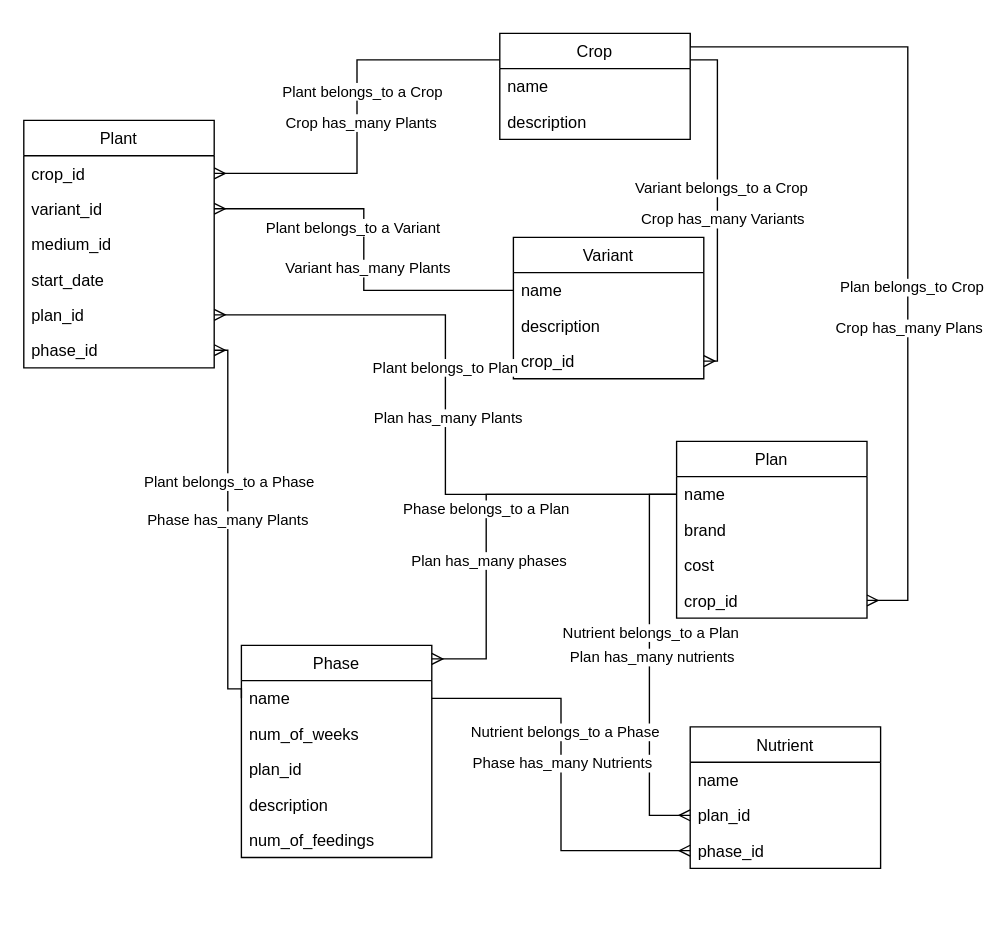
Above: ERD.drawio in RogueStateTechnologies/hydro (draw.io), before the change. Source tidied: cells renumbered, new cells numbered last; positions are measured from the earlier drawing's top-left corner, leaving out a move shared by most shapes. Both pictures are drawn from the tidied source at 136%, with x=0, y=0 at pixel (23, 33).
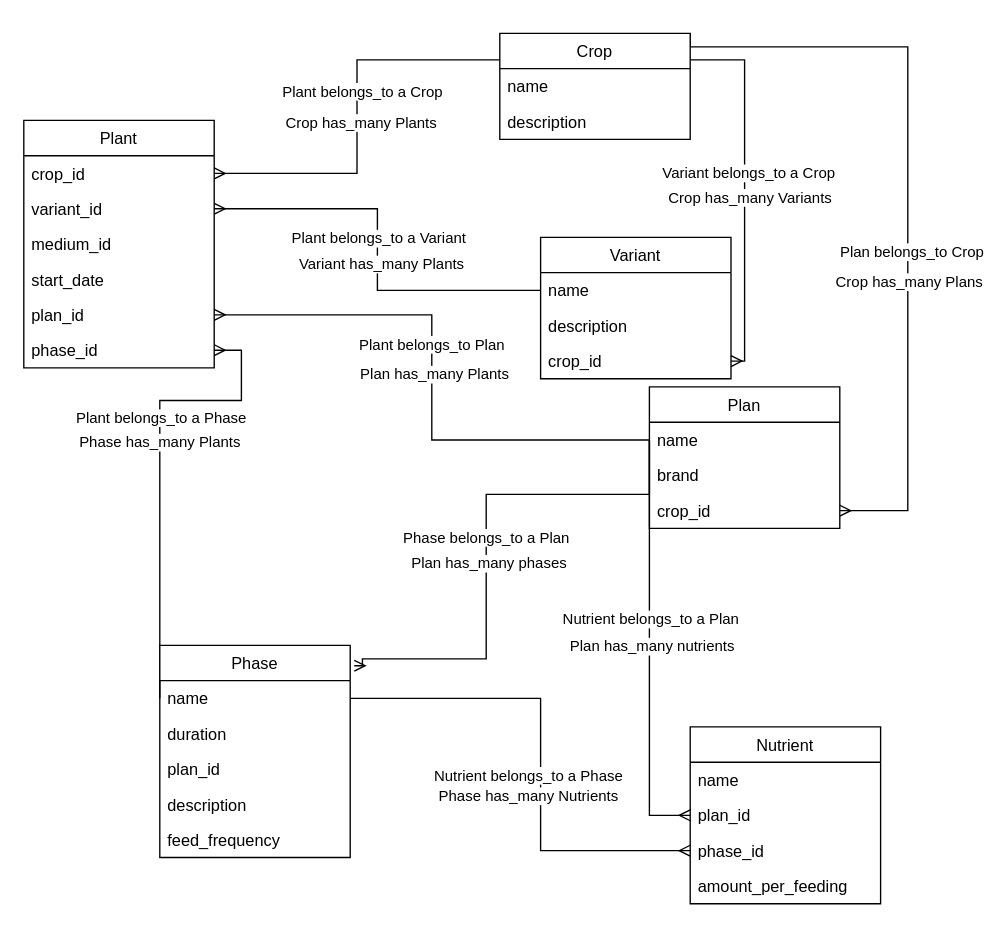
After the change.

The change refers to these unchanged cells:
```xml
<mxCell id="8" value="phase_id" style="text;strokeColor=none;fillColor=none;align=left;verticalAlign=top;spacingLeft=4;spacingRight=4;overflow=hidden;points=[[0,0.5],[1,0.5]];portConstraint=eastwest;" parent="2" vertex="1">
  <mxGeometry y="156" width="140" height="26" as="geometry" />
</mxCell>
<mxCell id="12" style="edgeStyle=orthogonalEdgeStyle;rounded=0;html=1;exitX=1;exitY=0.25;exitDx=0;exitDy=0;entryX=1;entryY=0.5;entryDx=0;entryDy=0;endArrow=ERmany;endFill=0;" parent="1" edge="1" source="18" target="24">
  <mxGeometry relative="1" as="geometry" />
</mxCell>
<mxCell id="18" value="Crop" style="swimlane;fontStyle=0;horizontal=1;startSize=26;" parent="1" vertex="1">
  <mxGeometry x="350" width="140" height="78" as="geometry" />
</mxCell>
<mxCell id="25" style="edgeStyle=orthogonalEdgeStyle;rounded=0;html=1;exitX=0;exitY=0.5;exitDx=0;exitDy=0;entryX=1;entryY=0.5;entryDx=0;entryDy=0;endArrow=ERmany;endFill=0;" parent="1" edge="1" source="22" target="4">
  <mxGeometry relative="1" as="geometry" />
</mxCell>
<mxCell id="29" value="name" style="text;strokeColor=none;fillColor=none;align=left;verticalAlign=top;spacingLeft=4;spacingRight=4;overflow=hidden;points=[[0,0.5],[1,0.5]];portConstraint=eastwest;" parent="28" vertex="1">
  <mxGeometry y="26" width="140" height="26" as="geometry" />
</mxCell>
<mxCell id="33" style="edgeStyle=orthogonalEdgeStyle;rounded=0;html=1;exitX=0;exitY=0.5;exitDx=0;exitDy=0;endArrow=ERmany;endFill=0;entryX=1;entryY=0.5;entryDx=0;entryDy=0;" parent="1" edge="1" source="29" target="7">
  <mxGeometry relative="1" as="geometry" />
</mxCell>
<mxCell id="40" value="name" style="text;strokeColor=none;fillColor=none;align=left;verticalAlign=top;spacingLeft=4;spacingRight=4;overflow=hidden;points=[[0,0.5],[1,0.5]];portConstraint=eastwest;" parent="39" vertex="1">
  <mxGeometry y="26" width="140" height="26" as="geometry" />
</mxCell>
<mxCell id="50" value="phase_id" style="text;strokeColor=none;fillColor=none;align=left;verticalAlign=top;spacingLeft=4;spacingRight=4;overflow=hidden;points=[[0,0.5],[1,0.5]];portConstraint=eastwest;" parent="47" vertex="1">
  <mxGeometry y="78" width="140" height="26" as="geometry" />
</mxCell>
```

Change to the diagram source:
```diff
@@
     <mxCell id="14" value="Crop has_many Variants" style="edgeLabel;html=1;align=center;verticalAlign=middle;" parent="12" vertex="1">
       <mxGeometry x="0.08" y="3" relative="1" as="geometry">
-        <mxPoint y="1" as="offset" />
+        <mxPoint y="-6" as="offset" />
       </mxGeometry>
     </mxCell>
     <mxCell id="15" style="edgeStyle=orthogonalEdgeStyle;rounded=0;html=1;exitX=1;exitY=0;exitDx=0;exitDy=0;entryX=1;entryY=0.5;entryDx=0;entryDy=0;endArrow=ERmany;endFill=0;" parent="1" edge="1" source="18" target="32">
       <mxGeometry relative="1" as="geometry">
         <Array as="points">
           <mxPoint x="490" y="10" />
           <mxPoint x="650" y="10" />
-          <mxPoint x="650" y="417" />
+          <mxPoint x="650" y="351" />
         </Array>
       </mxGeometry>
     </mxCell>
@@
     <mxCell id="17" value="Crop has_many Plans" style="edgeLabel;html=1;align=center;verticalAlign=middle;" parent="15" vertex="1">
-      <mxGeometry x="0.24" relative="1" as="geometry" />
+      <mxGeometry x="0.24" relative="1" as="geometry">
+        <mxPoint y="-6" as="offset" />
+      </mxGeometry>
     </mxCell>
@@
     <mxCell id="21" value="Variant" style="swimlane;fontStyle=0;horizontal=1;startSize=26;" parent="1" vertex="1">
-      <mxGeometry x="360" y="150" width="140" height="104" as="geometry" />
+      <mxGeometry x="380" y="150" width="140" height="104" as="geometry" />
     </mxCell>
@@
     <mxCell id="26" value="Plant belongs_to a Variant" style="edgeLabel;html=1;align=center;verticalAlign=middle;" parent="25" vertex="1">
       <mxGeometry x="-0.37" y="1" relative="1" as="geometry">
-        <mxPoint x="-31" y="-48" as="offset" />
+        <mxPoint x="-25" y="-40" as="offset" />
       </mxGeometry>
     </mxCell>
     <mxCell id="27" value="Variant has_many Plants" style="edgeLabel;html=1;align=center;verticalAlign=middle;" parent="25" vertex="1">
-      <mxGeometry x="-0.09" y="-2" relative="1" as="geometry" />
+      <mxGeometry x="-0.09" y="-2" relative="1" as="geometry">
+        <mxPoint y="-3" as="offset" />
+      </mxGeometry>
     </mxCell>
     <mxCell id="28" value="Plan" style="swimlane;fontStyle=0;horizontal=1;startSize=26;" parent="1" vertex="1">
-      <mxGeometry x="480" y="300" width="140" height="130" as="geometry" />
+      <mxGeometry x="460" y="260" width="140" height="104" as="geometry" />
     </mxCell>
@@
-    <mxCell id="31" value="cost" style="text;strokeColor=none;fillColor=none;align=left;verticalAlign=top;spacingLeft=4;spacingRight=4;overflow=hidden;" parent="28" vertex="1">
-      <mxGeometry y="78" width="140" height="26" as="geometry" />
-    </mxCell>
     <mxCell id="32" value="crop_id" style="text;strokeColor=none;fillColor=none;align=left;verticalAlign=top;spacingLeft=4;spacingRight=4;overflow=hidden;points=[[0,0.5],[1,0.5]];portConstraint=eastwest;" parent="28" vertex="1">
-      <mxGeometry y="104" width="140" height="26" as="geometry" />
+      <mxGeometry y="78" width="140" height="26" as="geometry" />
     </mxCell>
@@
     <mxCell id="35" value="Plan has_many Plants" style="edgeLabel;html=1;align=center;verticalAlign=middle;" parent="33" vertex="1">
-      <mxGeometry x="-0.04" y="-1" relative="1" as="geometry" />
+      <mxGeometry x="-0.04" y="-1" relative="1" as="geometry">
+        <mxPoint y="-11" as="offset" />
+      </mxGeometry>
     </mxCell>
     <mxCell id="36" style="edgeStyle=orthogonalEdgeStyle;rounded=0;html=1;exitX=0;exitY=0.25;exitDx=0;exitDy=0;entryX=1;entryY=0.5;entryDx=0;entryDy=0;endArrow=ERmany;endFill=0;" parent="1" edge="1" source="39" target="8">
       <mxGeometry relative="1" as="geometry">
         <Array as="points">
-          <mxPoint x="160" y="482" />
-          <mxPoint x="150" y="482" />
-          <mxPoint x="150" y="233" />
+          <mxPoint x="100" y="489" />
+          <mxPoint x="100" y="270" />
+          <mxPoint x="160" y="270" />
+          <mxPoint x="160" y="233" />
         </Array>
       </mxGeometry>
     </mxCell>
@@
     <mxCell id="38" value="Phase has_many Plants" style="edgeLabel;html=1;align=center;verticalAlign=middle;" parent="36" vertex="1">
-      <mxGeometry x="0.03" y="1" relative="1" as="geometry" />
+      <mxGeometry x="0.03" y="1" relative="1" as="geometry">
+        <mxPoint y="-16" as="offset" />
+      </mxGeometry>
     </mxCell>
     <mxCell id="39" value="Phase" style="swimlane;fontStyle=0;horizontal=1;startSize=26;" parent="1" vertex="1">
-      <mxGeometry x="160" y="450" width="140" height="156" as="geometry" />
+      <mxGeometry x="100" y="450" width="140" height="156" as="geometry" />
     </mxCell>
@@
-    <mxCell id="41" value="num_of_weeks" style="text;strokeColor=none;fillColor=none;align=left;verticalAlign=top;spacingLeft=4;spacingRight=4;overflow=hidden;" parent="39" vertex="1">
+    <mxCell id="41" value="duration" style="text;strokeColor=none;fillColor=none;align=left;verticalAlign=top;spacingLeft=4;spacingRight=4;overflow=hidden;" parent="39" vertex="1">
       <mxGeometry y="52" width="140" height="26" as="geometry" />
     </mxCell>
@@
-    <mxCell id="44" value="num_of_feedings" style="text;strokeColor=none;fillColor=none;align=left;verticalAlign=top;spacingLeft=4;spacingRight=4;overflow=hidden;" parent="39" vertex="1">
+    <mxCell id="44" value="feed_frequency" style="text;strokeColor=none;fillColor=none;align=left;verticalAlign=top;spacingLeft=4;spacingRight=4;overflow=hidden;" parent="39" vertex="1">
       <mxGeometry y="130" width="140" height="26" as="geometry" />
     </mxCell>
     <mxCell id="45" value="Phase belongs_to a Plan" style="edgeStyle=orthogonalEdgeStyle;rounded=0;html=1;exitX=0;exitY=0.5;exitDx=0;exitDy=0;endArrow=ERmany;endFill=0;" parent="1" edge="1" source="29">
       <mxGeometry relative="1" as="geometry">
-        <mxPoint x="300" y="460" as="targetPoint" />
+        <mxPoint x="243" y="465" as="targetPoint" />
         <Array as="points">
+          <mxPoint x="460" y="339" />
           <mxPoint x="340" y="339" />
           <mxPoint x="340" y="460" />
+          <mxPoint x="249" y="460" />
+          <mxPoint x="249" y="465" />
         </Array>
       </mxGeometry>
     </mxCell>
     <mxCell id="46" value="Plan has_many phases" style="edgeLabel;html=1;align=center;verticalAlign=middle;" parent="45" vertex="1">
-      <mxGeometry x="0.25" y="1" relative="1" as="geometry" />
+      <mxGeometry x="0.25" y="1" relative="1" as="geometry">
+        <mxPoint y="-29" as="offset" />
+      </mxGeometry>
     </mxCell>
     <mxCell id="47" value="Nutrient" style="swimlane;fontStyle=0;horizontal=1;startSize=26;" parent="1" vertex="1">
-      <mxGeometry x="490" y="510" width="140" height="104" as="geometry" />
+      <mxGeometry x="490" y="510" width="140" height="130" as="geometry" />
     </mxCell>
@@
+    <mxCell id="57" value="amount_per_feeding" style="text;strokeColor=none;fillColor=none;align=left;verticalAlign=top;spacingLeft=4;spacingRight=4;overflow=hidden;" parent="47" vertex="1">
+      <mxGeometry y="104" width="140" height="26" as="geometry" />
+    </mxCell>
@@
     <mxCell id="54" style="edgeStyle=orthogonalEdgeStyle;rounded=0;html=1;exitX=1;exitY=0.5;exitDx=0;exitDy=0;entryX=0;entryY=0.5;entryDx=0;entryDy=0;endArrow=ERmany;endFill=0;" parent="1" edge="1" source="40" target="50">
-      <mxGeometry relative="1" as="geometry" />
+      <mxGeometry relative="1" as="geometry">
+        <Array as="points">
+          <mxPoint x="380" y="489" />
+          <mxPoint x="380" y="601" />
+        </Array>
+      </mxGeometry>
     </mxCell>
     <mxCell id="55" value="Nutrient belongs_to a Phase" style="edgeLabel;html=1;align=center;verticalAlign=middle;" parent="54" vertex="1">
-      <mxGeometry x="-0.21" y="2" relative="1" as="geometry" />
+      <mxGeometry x="-0.21" y="2" relative="1" as="geometry">
+        <mxPoint x="-12" y="53" as="offset" />
+      </mxGeometry>
     </mxCell>
     <mxCell id="56" value="Phase has_many Nutrients" style="edgeLabel;html=1;align=center;verticalAlign=middle;" parent="54" vertex="1">
-      <mxGeometry x="-0.06" relative="1" as="geometry" />
+      <mxGeometry x="-0.06" relative="1" as="geometry">
+        <mxPoint x="-10" y="41" as="offset" />
+      </mxGeometry>
     </mxCell>
```
